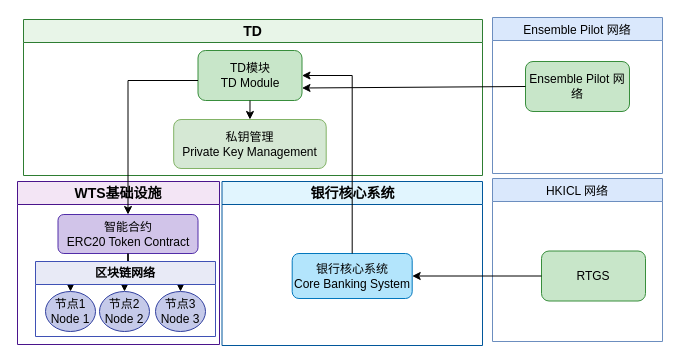
This is Fx2.drawio from mingzhenliu/doc, a draw.io file, before an edit. Source tidied: cells renumbered, new cells numbered last; positions are measured from the earlier drawing's top-left corner, leaving out a move shared by most shapes. Both pictures are drawn from the tidied source at 100%, with x=0, y=0 at pixel (17, 17).
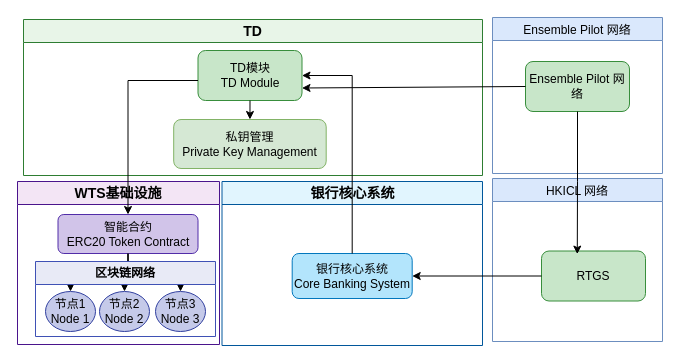
The same page after the edit.

Unchanged cells that the change refers to:
```xml
<mxCell id="18" value="Ensemble Pilot 网络" style="rounded=1;whiteSpace=wrap;html=1;fillColor=#c8e6c9;strokeColor=#388e3c;fontFamily=Arial;" parent="17" vertex="1">
  <mxGeometry x="33" y="44" width="104" height="50" as="geometry" />
</mxCell>
<mxCell id="20" value="RTGS" style="rounded=1;whiteSpace=wrap;html=1;fillColor=#c8e6c9;strokeColor=#388e3c;fontFamily=Arial;" parent="19" vertex="1">
  <mxGeometry x="49" y="72.5" width="104" height="50" as="geometry" />
</mxCell>
```

Change to the diagram source:
```diff
@@
+    <mxCell id="25" style="edgeStyle=orthogonalEdgeStyle;rounded=0;jettySize=auto;html=1;entryX=0.344;entryY=0.062;entryDx=0;entryDy=0;entryPerimeter=0;" parent="1" edge="1" source="18" target="20">
+      <mxGeometry relative="1" as="geometry" />
+    </mxCell>
```
